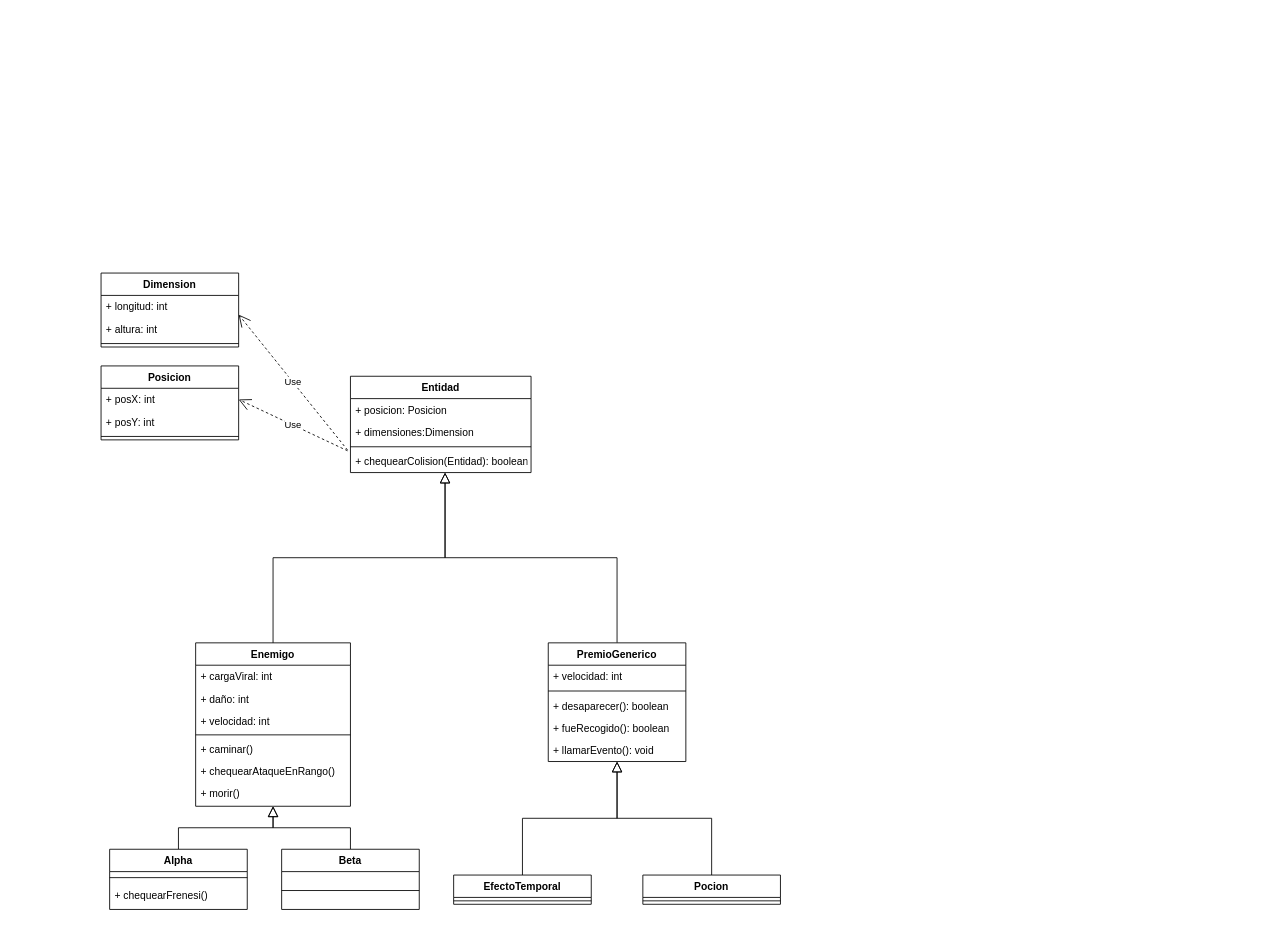
The draw.io diagram VerticalShooter_UML.drawio in Mawity/Repositorio-Proyecto-3, before the edit. Source tidied: cells renumbered, new cells numbered last; positions are measured from the earlier drawing's top-left corner, leaving out a move shared by most shapes. Both pictures are drawn from the tidied source at 86%, with x=0, y=0 at pixel (101, 273).
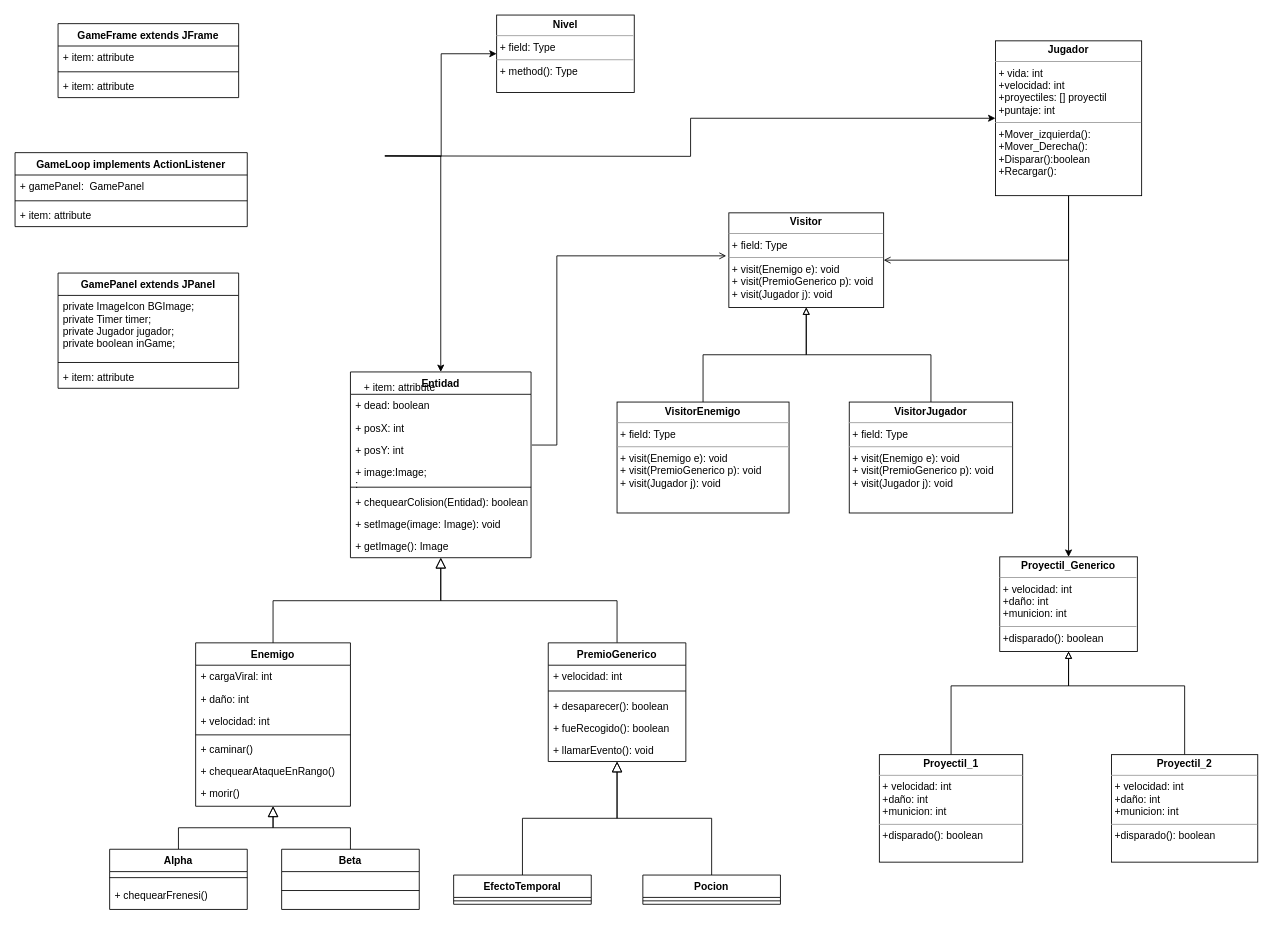
The same page after the edit.

Unchanged cells that the change refers to:
```xml
<mxCell id="6" value="Enemigo" style="swimlane;fontStyle=1;align=center;verticalAlign=top;horizontal=1;startSize=26;rounded=0;shadow=0;strokeWidth=1;" parent="1" vertex="1">
  <mxGeometry x="110" y="430" width="180" height="190" as="geometry" />
</mxCell>
<mxCell id="26" value="PremioGenerico" style="swimlane;fontStyle=1;align=center;verticalAlign=top;horizontal=1;startSize=26;" parent="1" vertex="1">
  <mxGeometry x="520" y="430" width="160" height="138" as="geometry" />
</mxCell>
```

What changed in the source:
```diff
@@
     <mxCell id="19" value="Entidad" style="swimlane;fontStyle=1;align=center;verticalAlign=top;horizontal=1;startSize=26;" parent="1" vertex="1">
-      <mxGeometry x="290" y="120" width="210" height="112" as="geometry" />
+      <mxGeometry x="290" y="115" width="210" height="216" as="geometry" />
     </mxCell>
-    <mxCell id="20" value="+ posicion: Posicion" style="text;strokeColor=none;fillColor=none;align=left;verticalAlign=top;spacingLeft=4;spacingRight=4;overflow=hidden;" parent="19" vertex="1">
+    <mxCell id="20" value="+ dead: boolean" style="text;strokeColor=none;fillColor=none;align=left;verticalAlign=top;spacingLeft=4;spacingRight=4;overflow=hidden;" parent="19" vertex="1">
       <mxGeometry y="26" width="210" height="26" as="geometry" />
     </mxCell>
+    <mxCell id="41" value="+ posX: int" style="text;strokeColor=none;fillColor=none;align=left;verticalAlign=top;spacingLeft=4;spacingRight=4;overflow=hidden;points=[[0,0.5],[1,0.5]];portConstraint=eastwest;" parent="19" vertex="1">
+      <mxGeometry y="52" width="210" height="26" as="geometry" />
+    </mxCell>
+    <mxCell id="42" value="+ posY: int" style="text;strokeColor=none;fillColor=none;align=left;verticalAlign=top;spacingLeft=4;spacingRight=4;overflow=hidden;points=[[0,0.5],[1,0.5]];portConstraint=eastwest;" parent="19" vertex="1">
+      <mxGeometry y="78" width="210" height="26" as="geometry" />
+    </mxCell>
-    <mxCell id="21" value="+ dimensiones:Dimension " style="text;strokeColor=none;fillColor=none;align=left;verticalAlign=top;spacingLeft=4;spacingRight=4;overflow=hidden;" parent="19" vertex="1">
-      <mxGeometry y="52" width="210" height="26" as="geometry" />
+    <mxCell id="21" value="+ image:Image;&#10;;" style="text;strokeColor=none;fillColor=none;align=left;verticalAlign=top;spacingLeft=4;spacingRight=4;overflow=hidden;" parent="19" vertex="1">
+      <mxGeometry y="104" width="210" height="26" as="geometry" />
     </mxCell>
     <mxCell id="22" style="line;strokeWidth=1;fillColor=none;align=left;verticalAlign=middle;spacingTop=-1;spacingLeft=3;spacingRight=3;labelPosition=right;" parent="19" vertex="1">
-      <mxGeometry y="78" width="210" height="8" as="geometry" />
+      <mxGeometry y="130" width="210" height="8" as="geometry" />
     </mxCell>
     <mxCell id="23" value="+ chequearColision(Entidad): boolean" style="text;strokeColor=none;fillColor=none;align=left;verticalAlign=top;spacingLeft=4;spacingRight=4;overflow=hidden;points=[[0,0.5],[1,0.5]];portConstraint=eastwest;" parent="19" vertex="1">
-      <mxGeometry y="86" width="210" height="26" as="geometry" />
+      <mxGeometry y="138" width="210" height="26" as="geometry" />
     </mxCell>
+    <mxCell id="46" value="+ setImage(image: Image): void " style="text;strokeColor=none;fillColor=none;align=left;verticalAlign=top;spacingLeft=4;spacingRight=4;overflow=hidden;" parent="19" vertex="1">
+      <mxGeometry y="164" width="210" height="26" as="geometry" />
+    </mxCell>
+    <mxCell id="47" value="+ getImage(): Image " style="text;strokeColor=none;fillColor=none;align=left;verticalAlign=top;spacingLeft=4;spacingRight=4;overflow=hidden;" parent="19" vertex="1">
+      <mxGeometry y="190" width="210" height="26" as="geometry" />
+    </mxCell>
-    <mxCell id="24" style="endArrow=block;endSize=10;endFill=0;shadow=0;strokeWidth=1;rounded=0;edgeStyle=elbowEdgeStyle;elbow=vertical;exitX=0.5;exitY=0;exitDx=0;exitDy=0;" parent="1" edge="1" source="6">
-      <mxGeometry relative="1" as="geometry">
-        <mxPoint x="400" y="232" as="targetPoint" />
-      </mxGeometry>
+    <mxCell id="24" style="endArrow=block;endSize=10;endFill=0;shadow=0;strokeWidth=1;rounded=0;edgeStyle=elbowEdgeStyle;elbow=vertical;exitX=0.5;exitY=0;exitDx=0;exitDy=0;" parent="1" edge="1" source="6" target="19">
+      <mxGeometry relative="1" as="geometry" />
     </mxCell>
-    <mxCell id="25" style="endArrow=block;endSize=10;endFill=0;shadow=0;strokeWidth=1;rounded=0;edgeStyle=elbowEdgeStyle;elbow=vertical;exitX=0.5;exitY=0;exitDx=0;exitDy=0;" parent="1" edge="1" source="26">
-      <mxGeometry relative="1" as="geometry">
-        <mxPoint x="400" y="232" as="targetPoint" />
-      </mxGeometry>
+    <mxCell id="25" style="endArrow=block;endSize=10;endFill=0;shadow=0;strokeWidth=1;rounded=0;edgeStyle=elbowEdgeStyle;elbow=vertical;exitX=0.5;exitY=0;exitDx=0;exitDy=0;" parent="1" edge="1" source="26" target="19">
+      <mxGeometry relative="1" as="geometry" />
     </mxCell>
@@
-    <mxCell id="32" value="Dimension" style="swimlane;fontStyle=1;align=center;verticalAlign=top;horizontal=1;startSize=26;" parent="1" vertex="1">
-      <mxGeometry width="160" height="86" as="geometry" />
-    </mxCell>
-    <mxCell id="33" value="+ longitud: int" style="text;strokeColor=none;fillColor=none;align=left;verticalAlign=top;spacingLeft=4;spacingRight=4;overflow=hidden;points=[[0,0.5],[1,0.5]];portConstraint=eastwest;" parent="32" vertex="1">
-      <mxGeometry y="26" width="160" height="26" as="geometry" />
-    </mxCell>
-    <mxCell id="34" value="+ altura: int" style="text;strokeColor=none;fillColor=none;align=left;verticalAlign=top;spacingLeft=4;spacingRight=4;overflow=hidden;" parent="32" vertex="1">
-      <mxGeometry y="52" width="160" height="26" as="geometry" />
-    </mxCell>
-    <mxCell id="35" style="line;strokeWidth=1;fillColor=none;align=left;verticalAlign=middle;spacingTop=-1;spacingLeft=3;spacingRight=3;labelPosition=right;" parent="32" vertex="1">
-      <mxGeometry y="78" width="160" height="8" as="geometry" />
-    </mxCell>
@@
-    <mxCell id="40" value="Posicion" style="swimlane;fontStyle=1;align=center;verticalAlign=top;horizontal=1;startSize=26;" parent="1" vertex="1">
-      <mxGeometry y="108" width="160" height="86" as="geometry" />
-    </mxCell>
-    <mxCell id="41" value="+ posX: int" style="text;strokeColor=none;fillColor=none;align=left;verticalAlign=top;spacingLeft=4;spacingRight=4;overflow=hidden;points=[[0,0.5],[1,0.5]];portConstraint=eastwest;" parent="40" vertex="1">
-      <mxGeometry y="26" width="160" height="26" as="geometry" />
-    </mxCell>
-    <mxCell id="42" value="+ posY: int" style="text;strokeColor=none;fillColor=none;align=left;verticalAlign=top;spacingLeft=4;spacingRight=4;overflow=hidden;points=[[0,0.5],[1,0.5]];portConstraint=eastwest;" parent="40" vertex="1">
-      <mxGeometry y="52" width="160" height="26" as="geometry" />
-    </mxCell>
-    <mxCell id="43" style="line;strokeWidth=1;fillColor=none;align=left;verticalAlign=middle;spacingTop=-1;spacingLeft=3;spacingRight=3;labelPosition=right;" parent="40" vertex="1">
-      <mxGeometry y="78" width="160" height="8" as="geometry" />
-    </mxCell>
-    <mxCell id="44" value="Use" style="endArrow=open;endSize=12;dashed=1;html=1;exitX=-0.016;exitY=0.026;exitDx=0;exitDy=0;exitPerimeter=0;entryX=1;entryY=0.5;entryDx=0;entryDy=0;" parent="1" edge="1" source="23" target="41">
-      <mxGeometry relative="1" as="geometry" />
-    </mxCell>
-    <mxCell id="45" value="Use" style="endArrow=open;endSize=12;dashed=1;html=1;exitX=-0.016;exitY=0.026;exitDx=0;exitDy=0;exitPerimeter=0;entryX=1;entryY=0.859;entryDx=0;entryDy=0;entryPerimeter=0;" parent="1" edge="1" target="33">
-      <mxGeometry relative="1" as="geometry">
-        <mxPoint x="286.6" y="205.8" as="sourcePoint" />
-      </mxGeometry>
-    </mxCell>
+    <mxCell id="48" style="edgeStyle=orthogonalEdgeStyle;rounded=0;sketch=0;jumpStyle=none;jettySize=auto;html=1;entryX=0.5;entryY=0;entryDx=0;entryDy=0;shadow=0;endArrow=classic;endFill=1;exitX=1;exitY=0.25;exitDx=0;exitDy=0;" parent="1" edge="1" target="19">
+      <mxGeometry relative="1" as="geometry">
+        <mxPoint x="330" y="-136.2" as="sourcePoint" />
+        <Array as="points">
+          <mxPoint x="395" y="-136" />
+        </Array>
+      </mxGeometry>
+    </mxCell>
+    <mxCell id="49" style="edgeStyle=orthogonalEdgeStyle;rounded=0;sketch=0;jumpStyle=none;jettySize=auto;html=1;shadow=0;endArrow=classic;endFill=1;" parent="1" edge="1" source="51" target="52">
+      <mxGeometry relative="1" as="geometry" />
+    </mxCell>
+    <mxCell id="50" style="edgeStyle=orthogonalEdgeStyle;rounded=0;jettySize=auto;html=1;endArrow=open;endFill=0;entryX=1;entryY=0.5;entryDx=0;entryDy=0;" parent="1" edge="1" source="51" target="60">
+      <mxGeometry relative="1" as="geometry">
+        <Array as="points">
+          <mxPoint x="1125" y="-15" />
+        </Array>
+      </mxGeometry>
+    </mxCell>
+    <mxCell id="51" value="&lt;p style=&quot;margin: 0px ; margin-top: 4px ; text-align: center&quot;&gt;&lt;b&gt;Jugador&lt;/b&gt;&lt;/p&gt;&lt;hr size=&quot;1&quot;&gt;&lt;p style=&quot;margin: 0px ; margin-left: 4px&quot;&gt;+ vida: int&lt;/p&gt;&lt;p style=&quot;margin: 0px ; margin-left: 4px&quot;&gt;+velocidad: int&lt;/p&gt;&lt;p style=&quot;margin: 0px ; margin-left: 4px&quot;&gt;+proyectiles: [] proyectil&lt;/p&gt;&lt;p style=&quot;margin: 0px ; margin-left: 4px&quot;&gt;+puntaje: int&lt;/p&gt;&lt;hr size=&quot;1&quot;&gt;&lt;p style=&quot;margin: 0px ; margin-left: 4px&quot;&gt;+Mover_izquierda():&lt;/p&gt;&lt;p style=&quot;margin: 0px ; margin-left: 4px&quot;&gt;+Mover_Derecha():&lt;/p&gt;&lt;p style=&quot;margin: 0px ; margin-left: 4px&quot;&gt;+Disparar():boolean&lt;/p&gt;&lt;p style=&quot;margin: 0px ; margin-left: 4px&quot;&gt;+Recargar():&lt;/p&gt;" style="verticalAlign=top;align=left;overflow=fill;fontSize=12;fontFamily=Helvetica;html=1;" parent="1" vertex="1">
+      <mxGeometry x="1040" y="-270" width="170" height="180" as="geometry" />
+    </mxCell>
+    <mxCell id="52" value="&lt;p style=&quot;margin: 0px ; margin-top: 4px ; text-align: center&quot;&gt;&lt;b&gt;Proyectil_Generico&lt;/b&gt;&lt;/p&gt;&lt;hr size=&quot;1&quot;&gt;&lt;p style=&quot;margin: 0px 0px 0px 4px&quot;&gt;+ velocidad: int&lt;/p&gt;&lt;p style=&quot;margin: 0px 0px 0px 4px&quot;&gt;+daño: int&lt;/p&gt;&lt;p style=&quot;margin: 0px 0px 0px 4px&quot;&gt;+municion: int&lt;/p&gt;&lt;hr size=&quot;1&quot;&gt;&lt;p style=&quot;margin: 0px 0px 0px 4px&quot;&gt;+disparado(): boolean&lt;/p&gt;" style="verticalAlign=top;align=left;overflow=fill;fontSize=12;fontFamily=Helvetica;html=1;" parent="1" vertex="1">
+      <mxGeometry x="1045" y="330" width="160" height="110" as="geometry" />
+    </mxCell>
+    <mxCell id="53" style="edgeStyle=orthogonalEdgeStyle;jettySize=auto;html=1;entryX=0.5;entryY=1;entryDx=0;entryDy=0;rounded=0;shadow=0;sketch=0;jumpStyle=none;endArrow=block;endFill=0;" parent="1" edge="1" source="54" target="52">
+      <mxGeometry relative="1" as="geometry">
+        <Array as="points">
+          <mxPoint x="988" y="480" />
+          <mxPoint x="1125" y="480" />
+        </Array>
+      </mxGeometry>
+    </mxCell>
+    <mxCell id="54" value="&lt;p style=&quot;margin: 0px ; margin-top: 4px ; text-align: center&quot;&gt;&lt;b&gt;Proyectil_1&lt;/b&gt;&lt;/p&gt;&lt;hr size=&quot;1&quot;&gt;&lt;p style=&quot;margin: 0px ; margin-left: 4px&quot;&gt;+ velocidad: int&lt;/p&gt;&lt;p style=&quot;margin: 0px ; margin-left: 4px&quot;&gt;+daño: int&lt;/p&gt;&lt;p style=&quot;margin: 0px ; margin-left: 4px&quot;&gt;+municion: int&lt;br&gt;&lt;/p&gt;&lt;hr size=&quot;1&quot;&gt;&lt;p style=&quot;margin: 0px ; margin-left: 4px&quot;&gt;+disparado(): boolean&lt;/p&gt;" style="verticalAlign=top;align=left;overflow=fill;fontSize=12;fontFamily=Helvetica;html=1;" parent="1" vertex="1">
+      <mxGeometry x="905" y="560" width="166.7" height="125" as="geometry" />
+    </mxCell>
+    <mxCell id="55" style="edgeStyle=orthogonalEdgeStyle;rounded=0;sketch=0;jumpStyle=none;jettySize=auto;html=1;shadow=0;endArrow=block;endFill=0;entryX=0.5;entryY=1;entryDx=0;entryDy=0;" parent="1" edge="1" source="56" target="52">
+      <mxGeometry relative="1" as="geometry">
+        <Array as="points">
+          <mxPoint x="1260" y="480" />
+          <mxPoint x="1125" y="480" />
+        </Array>
+      </mxGeometry>
+    </mxCell>
+    <mxCell id="56" value="&lt;p style=&quot;margin: 0px ; margin-top: 4px ; text-align: center&quot;&gt;&lt;b&gt;Proyectil_2&lt;/b&gt;&lt;/p&gt;&lt;hr size=&quot;1&quot;&gt;&lt;p style=&quot;margin: 0px 0px 0px 4px&quot;&gt;+ velocidad: int&lt;/p&gt;&lt;p style=&quot;margin: 0px 0px 0px 4px&quot;&gt;+daño: int&lt;/p&gt;&lt;p style=&quot;margin: 0px 0px 0px 4px&quot;&gt;+municion: int&lt;br&gt;&lt;/p&gt;&lt;hr size=&quot;1&quot;&gt;&lt;p style=&quot;margin: 0px 0px 0px 4px&quot;&gt;+disparado(): boolean&lt;/p&gt;" style="verticalAlign=top;align=left;overflow=fill;fontSize=12;fontFamily=Helvetica;html=1;" parent="1" vertex="1">
+      <mxGeometry x="1175" y="560" width="170" height="125" as="geometry" />
+    </mxCell>
+    <mxCell id="57" style="edgeStyle=orthogonalEdgeStyle;rounded=0;jettySize=auto;html=1;exitX=1;exitY=0.25;exitDx=0;exitDy=0;" parent="1" edge="1" target="51">
+      <mxGeometry relative="1" as="geometry">
+        <mxPoint x="330" y="-136.2" as="sourcePoint" />
+      </mxGeometry>
+    </mxCell>
+    <mxCell id="58" style="edgeStyle=orthogonalEdgeStyle;rounded=0;jettySize=auto;html=1;entryX=0;entryY=0.5;entryDx=0;entryDy=0;exitX=1;exitY=0.25;exitDx=0;exitDy=0;" parent="1" edge="1" target="59">
+      <mxGeometry relative="1" as="geometry">
+        <mxPoint x="330" y="-136.2" as="sourcePoint" />
+      </mxGeometry>
+    </mxCell>
+    <mxCell id="59" value="&lt;p style=&quot;margin: 0px ; margin-top: 4px ; text-align: center&quot;&gt;&lt;b&gt;Nivel&lt;/b&gt;&lt;/p&gt;&lt;hr size=&quot;1&quot;&gt;&lt;p style=&quot;margin: 0px ; margin-left: 4px&quot;&gt;+ field: Type&lt;/p&gt;&lt;hr size=&quot;1&quot;&gt;&lt;p style=&quot;margin: 0px ; margin-left: 4px&quot;&gt;+ method(): Type&lt;/p&gt;" style="verticalAlign=top;align=left;overflow=fill;fontSize=12;fontFamily=Helvetica;html=1;" parent="1" vertex="1">
+      <mxGeometry x="460" y="-300" width="160" height="90" as="geometry" />
+    </mxCell>
+    <mxCell id="60" value="&lt;p style=&quot;margin: 0px ; margin-top: 4px ; text-align: center&quot;&gt;&lt;b&gt;Visitor&lt;/b&gt;&lt;/p&gt;&lt;hr size=&quot;1&quot;&gt;&lt;p style=&quot;margin: 0px ; margin-left: 4px&quot;&gt;+ field: Type&lt;/p&gt;&lt;hr size=&quot;1&quot;&gt;&lt;p style=&quot;margin: 0px 0px 0px 4px&quot;&gt;+ visit(Enemigo e): void&lt;/p&gt;&lt;p style=&quot;margin: 0px 0px 0px 4px&quot;&gt;+ visit(PremioGenerico p): void&lt;/p&gt;&lt;p style=&quot;margin: 0px 0px 0px 4px&quot;&gt;+ visit(Jugador j): void&lt;/p&gt;" style="verticalAlign=top;align=left;overflow=fill;fontSize=12;fontFamily=Helvetica;html=1;" parent="1" vertex="1">
+      <mxGeometry x="730" y="-70" width="180" height="110" as="geometry" />
+    </mxCell>
+    <mxCell id="61" style="edgeStyle=orthogonalEdgeStyle;rounded=0;jettySize=auto;html=1;endArrow=open;endFill=0;exitX=1.005;exitY=0.269;exitDx=0;exitDy=0;exitPerimeter=0;" parent="1" edge="1" source="42">
+      <mxGeometry relative="1" as="geometry">
+        <mxPoint x="727" y="-20" as="targetPoint" />
+        <Array as="points">
+          <mxPoint x="530" y="200" />
+          <mxPoint x="530" y="-20" />
+        </Array>
+      </mxGeometry>
+    </mxCell>
+    <mxCell id="62" style="edgeStyle=orthogonalEdgeStyle;rounded=0;jettySize=auto;html=1;endArrow=block;endFill=0;" parent="1" edge="1" source="63" target="60">
+      <mxGeometry relative="1" as="geometry" />
+    </mxCell>
+    <mxCell id="63" value="&lt;p style=&quot;margin: 0px ; margin-top: 4px ; text-align: center&quot;&gt;&lt;b&gt;VisitorEnemigo&lt;/b&gt;&lt;/p&gt;&lt;hr size=&quot;1&quot;&gt;&lt;p style=&quot;margin: 0px ; margin-left: 4px&quot;&gt;+ field: Type&lt;/p&gt;&lt;hr size=&quot;1&quot;&gt;&lt;p style=&quot;margin: 0px ; margin-left: 4px&quot;&gt;+ visit(Enemigo e): void&lt;/p&gt;&lt;p style=&quot;margin: 0px ; margin-left: 4px&quot;&gt;+ visit(PremioGenerico p): void&lt;/p&gt;&lt;p style=&quot;margin: 0px ; margin-left: 4px&quot;&gt;+ visit(Jugador j): void&lt;/p&gt;" style="verticalAlign=top;align=left;overflow=fill;fontSize=12;fontFamily=Helvetica;html=1;" parent="1" vertex="1">
+      <mxGeometry x="600" y="150" width="200" height="129" as="geometry" />
+    </mxCell>
+    <mxCell id="64" style="edgeStyle=orthogonalEdgeStyle;rounded=0;jettySize=auto;html=1;endArrow=block;endFill=0;" parent="1" edge="1" source="65" target="60">
+      <mxGeometry relative="1" as="geometry" />
+    </mxCell>
+    <mxCell id="65" value="&lt;p style=&quot;margin: 0px ; margin-top: 4px ; text-align: center&quot;&gt;&lt;b&gt;VisitorJugador&lt;/b&gt;&lt;/p&gt;&lt;hr size=&quot;1&quot;&gt;&lt;p style=&quot;margin: 0px ; margin-left: 4px&quot;&gt;+ field: Type&lt;/p&gt;&lt;hr size=&quot;1&quot;&gt;&lt;p style=&quot;margin: 0px 0px 0px 4px&quot;&gt;+ visit(Enemigo e): void&lt;/p&gt;&lt;p style=&quot;margin: 0px 0px 0px 4px&quot;&gt;+ visit(PremioGenerico p): void&lt;/p&gt;&lt;p style=&quot;margin: 0px 0px 0px 4px&quot;&gt;+ visit(Jugador j): void&lt;/p&gt;" style="verticalAlign=top;align=left;overflow=fill;fontSize=12;fontFamily=Helvetica;html=1;" parent="1" vertex="1">
+      <mxGeometry x="870" y="150" width="190" height="129" as="geometry" />
+    </mxCell>
+    <mxCell id="66" value="GameFrame extends JFrame" style="swimlane;fontStyle=1;align=center;verticalAlign=top;horizontal=1;startSize=26;" parent="1" vertex="1">
+      <mxGeometry x="-50" y="-290" width="210" height="86" as="geometry" />
+    </mxCell>
+    <mxCell id="67" value="+ item: attribute" style="text;strokeColor=none;fillColor=none;align=left;verticalAlign=top;spacingLeft=4;spacingRight=4;overflow=hidden;" parent="66" vertex="1">
+      <mxGeometry y="26" width="210" height="26" as="geometry" />
+    </mxCell>
+    <mxCell id="68" style="line;strokeWidth=1;fillColor=none;align=left;verticalAlign=middle;spacingTop=-1;spacingLeft=3;spacingRight=3;labelPosition=right;" parent="66" vertex="1">
+      <mxGeometry y="52" width="210" height="8" as="geometry" />
+    </mxCell>
+    <mxCell id="69" value="+ item: attribute" style="text;strokeColor=none;fillColor=none;align=left;verticalAlign=top;spacingLeft=4;spacingRight=4;overflow=hidden;" parent="66" vertex="1">
+      <mxGeometry y="60" width="210" height="26" as="geometry" />
+    </mxCell>
+    <mxCell id="70" value="+ item: attribute" style="text;strokeColor=none;fillColor=none;align=left;verticalAlign=top;spacingLeft=4;spacingRight=4;overflow=hidden;" parent="1" vertex="1">
+      <mxGeometry x="300" y="120" width="100" height="26" as="geometry" />
+    </mxCell>
+    <mxCell id="71" value="GameLoop implements ActionListener" style="swimlane;fontStyle=1;align=center;verticalAlign=top;horizontal=1;startSize=26;" parent="1" vertex="1">
+      <mxGeometry x="-100" y="-140" width="270" height="86" as="geometry" />
+    </mxCell>
+    <mxCell id="72" value="+ gamePanel:  GamePanel " style="text;strokeColor=none;fillColor=none;align=left;verticalAlign=top;spacingLeft=4;spacingRight=4;overflow=hidden;" parent="71" vertex="1">
+      <mxGeometry y="26" width="270" height="26" as="geometry" />
+    </mxCell>
+    <mxCell id="73" style="line;strokeWidth=1;fillColor=none;align=left;verticalAlign=middle;spacingTop=-1;spacingLeft=3;spacingRight=3;labelPosition=right;" parent="71" vertex="1">
+      <mxGeometry y="52" width="270" height="8" as="geometry" />
+    </mxCell>
+    <mxCell id="74" value="+ item: attribute" style="text;strokeColor=none;fillColor=none;align=left;verticalAlign=top;spacingLeft=4;spacingRight=4;overflow=hidden;" parent="71" vertex="1">
+      <mxGeometry y="60" width="270" height="26" as="geometry" />
+    </mxCell>
+    <mxCell id="75" value="GamePanel extends JPanel" style="swimlane;fontStyle=1;align=center;verticalAlign=top;horizontal=1;startSize=26;" parent="1" vertex="1">
+      <mxGeometry x="-50" width="210" height="134" as="geometry" />
+    </mxCell>
+    <mxCell id="76" value="private ImageIcon BGImage;&#10;&#9;private Timer timer;&#10;&#9;private Jugador jugador;&#10;&#9;private boolean inGame;" style="text;strokeColor=none;fillColor=none;align=left;verticalAlign=top;spacingLeft=4;spacingRight=4;overflow=hidden;" parent="75" vertex="1">
+      <mxGeometry y="26" width="210" height="74" as="geometry" />
+    </mxCell>
+    <mxCell id="77" style="line;strokeWidth=1;fillColor=none;align=left;verticalAlign=middle;spacingTop=-1;spacingLeft=3;spacingRight=3;labelPosition=right;" parent="75" vertex="1">
+      <mxGeometry y="100" width="210" height="8" as="geometry" />
+    </mxCell>
+    <mxCell id="78" value="+ item: attribute" style="text;strokeColor=none;fillColor=none;align=left;verticalAlign=top;spacingLeft=4;spacingRight=4;overflow=hidden;" parent="75" vertex="1">
+      <mxGeometry y="108" width="210" height="26" as="geometry" />
+    </mxCell>
```
